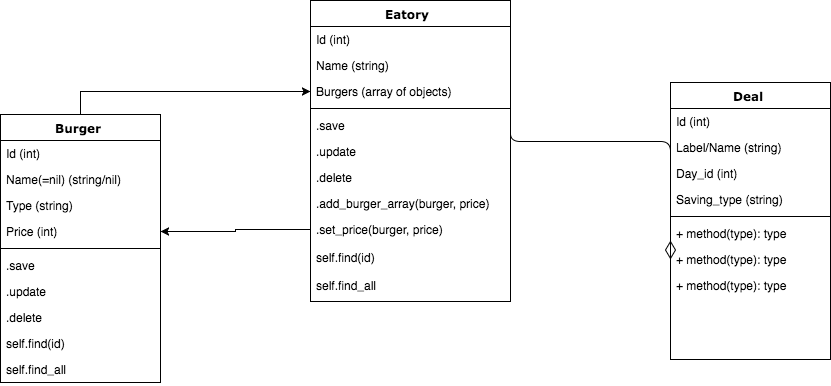
This is planning/class_diagram_burger_deals.png from dinhosang/cc_project_1_burger_deals, a draw.io export, as it was before one commit. Source tidied: cells renumbered, new cells last; positions are measured from the earlier drawing's top-left corner, leaving out a move shared by most shapes.
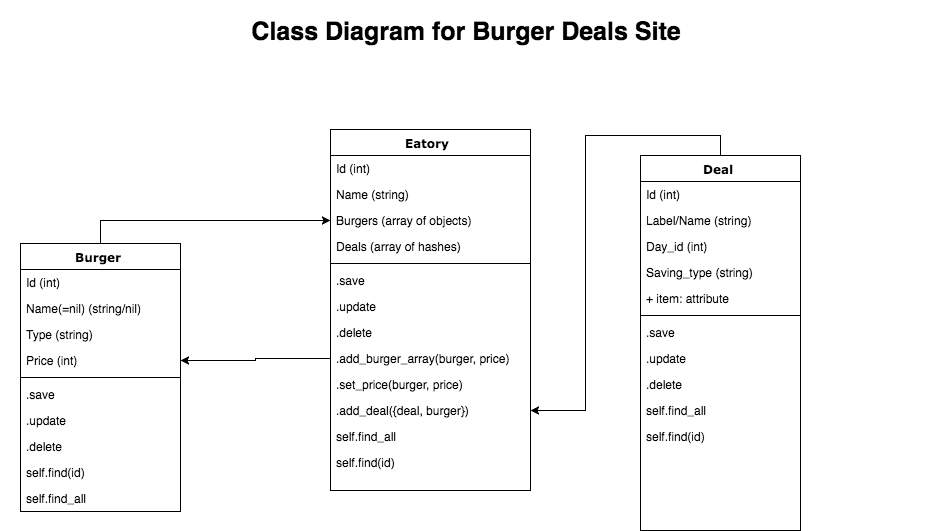
Later version of the same file.

Change to the diagram source:
```diff
@@ -3,7 +3,7 @@
     <mxCell id="0" />
     <mxCell id="1" parent="0" />
     <mxCell id="2" value="Eatory" style="swimlane;html=1;fontStyle=1;align=center;verticalAlign=top;horizontal=1;startSize=26;swimlaneFillColor=#ffffff;rounded=0;shadow=0;comic=0;labelBackgroundColor=none;strokeColor=#000000;strokeWidth=1;fillColor=none;fontFamily=Verdana;fontSize=12;fontColor=#000000;" parent="1" vertex="1">
-      <mxGeometry x="310" width="200" height="301" as="geometry" />
+      <mxGeometry x="310" width="200" height="361" as="geometry" />
     </mxCell>
     <mxCell id="3" value="Id (int)" style="text;html=1;strokeColor=none;fillColor=none;align=left;verticalAlign=top;spacingLeft=4;spacingRight=4;whiteSpace=wrap;overflow=hidden;" parent="2" vertex="1">
       <mxGeometry y="26" width="200" height="26" as="geometry" />
@@ -14,23 +14,41 @@
     <mxCell id="5" value="Burgers (array of objects)" style="text;html=1;strokeColor=none;fillColor=none;align=left;verticalAlign=top;spacingLeft=4;spacingRight=4;whiteSpace=wrap;overflow=hidden;points=[[0,0.5],[1,0.5]];portConstraint=eastwest;" parent="2" vertex="1">
       <mxGeometry y="78" width="200" height="26" as="geometry" />
     </mxCell>
+    <mxCell id="37" value="Deals (array of hashes)" style="text;strokeColor=none;fillColor=none;align=left;verticalAlign=top;spacingLeft=4;spacingRight=4;overflow=hidden;" parent="2" vertex="1">
+      <mxGeometry y="104" width="200" height="26" as="geometry" />
+    </mxCell>
     <mxCell id="6" style="line;html=1;strokeWidth=1;fillColor=none;align=left;verticalAlign=middle;spacingTop=-1;spacingLeft=3;spacingRight=3;labelPosition=right;" parent="2" vertex="1">
-      <mxGeometry y="104" width="200" height="8" as="geometry" />
+      <mxGeometry y="130" width="200" height="8" as="geometry" />
     </mxCell>
     <mxCell id="7" value=".save" style="text;html=1;strokeColor=none;fillColor=none;align=left;verticalAlign=top;spacingLeft=4;spacingRight=4;whiteSpace=wrap;overflow=hidden;points=[[0,0.5],[1,0.5]];portConstraint=eastwest;" parent="2" vertex="1">
-      <mxGeometry y="112" width="200" height="26" as="geometry" />
+      <mxGeometry y="138" width="200" height="26" as="geometry" />
     </mxCell>
     <mxCell id="8" value=".update" style="text;html=1;strokeColor=none;fillColor=none;align=left;verticalAlign=top;spacingLeft=4;spacingRight=4;whiteSpace=wrap;overflow=hidden;" parent="2" vertex="1">
-      <mxGeometry y="138" width="200" height="26" as="geometry" />
+      <mxGeometry y="164" width="200" height="26" as="geometry" />
     </mxCell>
     <mxCell id="9" value=".delete" style="text;html=1;strokeColor=none;fillColor=none;align=left;verticalAlign=top;spacingLeft=4;spacingRight=4;whiteSpace=wrap;overflow=hidden;" parent="2" vertex="1">
-      <mxGeometry y="164" width="200" height="26" as="geometry" />
+      <mxGeometry y="190" width="200" height="26" as="geometry" />
     </mxCell>
-    <mxCell id="10" value=".add_burger_array(burger, price)" style="text;html=1;strokeColor=none;fillColor=none;align=left;verticalAlign=top;spacingLeft=4;spacingRight=4;whiteSpace=wrap;overflow=hidden;" parent="2" vertex="1">
-      <mxGeometry y="190" width="200" height="26" as="geometry" />
-    </mxCell>
+    <mxCell id="34" value=".add_burger_array(burger, price)" style="text;html=1;strokeColor=none;fillColor=none;align=left;verticalAlign=top;spacingLeft=4;spacingRight=4;whiteSpace=wrap;overflow=hidden;points=[[0,0.5],[1,0.5]];portConstraint=eastwest;" parent="2" vertex="1">
+      <mxGeometry y="216" width="200" height="26" as="geometry" />
+    </mxCell>
+    <mxCell id="36" value=".set_price(burger, price)" style="text;html=1;strokeColor=none;fillColor=none;align=left;verticalAlign=top;spacingLeft=4;spacingRight=4;whiteSpace=wrap;overflow=hidden;" parent="2" vertex="1">
+      <mxGeometry y="242" width="200" height="26" as="geometry" />
+    </mxCell>
+    <mxCell id="38" value=".add_deal({deal, burger})" style="text;strokeColor=none;fillColor=none;align=left;verticalAlign=top;spacingLeft=4;spacingRight=4;overflow=hidden;points=[[0,0.5],[1,0.5]];portConstraint=eastwest;" parent="2" vertex="1">
+      <mxGeometry y="268" width="200" height="26" as="geometry" />
+    </mxCell>
+    <mxCell id="35" value="self.find_all" style="text;html=1;strokeColor=none;fillColor=none;align=left;verticalAlign=top;spacingLeft=4;spacingRight=4;whiteSpace=wrap;overflow=hidden;" parent="2" vertex="1">
+      <mxGeometry y="294" width="200" height="26" as="geometry" />
+    </mxCell>
+    <mxCell id="39" value="self.find(id)" style="text;strokeColor=none;fillColor=none;align=left;verticalAlign=top;spacingLeft=4;spacingRight=4;overflow=hidden;" parent="2" vertex="1">
+      <mxGeometry y="320" width="200" height="26" as="geometry" />
+    </mxCell>
+    <mxCell id="40" style="edgeStyle=orthogonalEdgeStyle;rounded=0;html=1;exitX=0.5;exitY=0;entryX=1;entryY=0.5;jettySize=auto;" parent="1" edge="1" source="11" target="38">
+      <mxGeometry relative="1" as="geometry" />
+    </mxCell>
     <mxCell id="11" value="Deal" style="swimlane;html=1;fontStyle=1;align=center;verticalAlign=top;horizontal=1;startSize=26;swimlaneFillColor=#ffffff;rounded=0;shadow=0;comic=0;labelBackgroundColor=none;strokeColor=#000000;strokeWidth=1;fillColor=none;fontFamily=Verdana;fontSize=12;fontColor=#000000;" parent="1" vertex="1">
-      <mxGeometry x="670" y="82" width="160" height="277" as="geometry" />
+      <mxGeometry x="620" y="26" width="160" height="375" as="geometry" />
     </mxCell>
     <mxCell id="12" value="Id (int)" style="text;html=1;strokeColor=none;fillColor=none;align=left;verticalAlign=top;spacingLeft=4;spacingRight=4;whiteSpace=wrap;overflow=hidden;" parent="11" vertex="1">
       <mxGeometry y="26" width="160" height="26" as="geometry" />
@@ -41,21 +59,30 @@
     <mxCell id="14" value="Day_id (int)" style="text;html=1;strokeColor=none;fillColor=none;align=left;verticalAlign=top;spacingLeft=4;spacingRight=4;whiteSpace=wrap;overflow=hidden;" parent="11" vertex="1">
       <mxGeometry y="78" width="160" height="26" as="geometry" />
     </mxCell>
-    <mxCell id="15" value="Saving_type (string)" style="text;html=1;strokeColor=none;fillColor=none;align=left;verticalAlign=top;spacingLeft=4;spacingRight=4;whiteSpace=wrap;overflow=hidden;" parent="11" vertex="1">
+    <mxCell id="15" value="Saving_type (string)&lt;div&gt;&lt;br&gt;&lt;/div&gt;" style="text;html=1;strokeColor=none;fillColor=none;align=left;verticalAlign=top;spacingLeft=4;spacingRight=4;whiteSpace=wrap;overflow=hidden;" parent="11" vertex="1">
       <mxGeometry y="104" width="160" height="26" as="geometry" />
     </mxCell>
+    <mxCell id="41" value="+ item: attribute" style="text;strokeColor=none;fillColor=none;align=left;verticalAlign=top;spacingLeft=4;spacingRight=4;overflow=hidden;" parent="11" vertex="1">
+      <mxGeometry y="130" width="160" height="26" as="geometry" />
+    </mxCell>
     <mxCell id="16" style="line;html=1;strokeWidth=1;fillColor=none;align=left;verticalAlign=middle;spacingTop=-1;spacingLeft=3;spacingRight=3;labelPosition=right;" parent="11" vertex="1">
-      <mxGeometry y="130" width="160" height="8" as="geometry" />
+      <mxGeometry y="156" width="160" height="8" as="geometry" />
     </mxCell>
-    <mxCell id="17" value="+ method(type): type" style="text;html=1;strokeColor=none;fillColor=none;align=left;verticalAlign=top;spacingLeft=4;spacingRight=4;whiteSpace=wrap;overflow=hidden;" parent="11" vertex="1">
-      <mxGeometry y="138" width="160" height="26" as="geometry" />
+    <mxCell id="17" value=".save" style="text;html=1;strokeColor=none;fillColor=none;align=left;verticalAlign=top;spacingLeft=4;spacingRight=4;whiteSpace=wrap;overflow=hidden;" parent="11" vertex="1">
+      <mxGeometry y="164" width="160" height="26" as="geometry" />
     </mxCell>
-    <mxCell id="18" value="+ method(type): type" style="text;html=1;strokeColor=none;fillColor=none;align=left;verticalAlign=top;spacingLeft=4;spacingRight=4;whiteSpace=wrap;overflow=hidden;points=[[0,0.5],[1,0.5]];portConstraint=eastwest;" parent="11" vertex="1">
-      <mxGeometry y="164" width="160" height="26" as="geometry" />
+    <mxCell id="18" value=".update" style="text;html=1;strokeColor=none;fillColor=none;align=left;verticalAlign=top;spacingLeft=4;spacingRight=4;whiteSpace=wrap;overflow=hidden;points=[[0,0.5],[1,0.5]];portConstraint=eastwest;" parent="11" vertex="1">
+      <mxGeometry y="190" width="160" height="26" as="geometry" />
     </mxCell>
-    <mxCell id="19" value="+ method(type): type" style="text;html=1;strokeColor=none;fillColor=none;align=left;verticalAlign=top;spacingLeft=4;spacingRight=4;whiteSpace=wrap;overflow=hidden;" parent="11" vertex="1">
-      <mxGeometry y="190" width="160" height="26" as="geometry" />
+    <mxCell id="19" value=".delete" style="text;html=1;strokeColor=none;fillColor=none;align=left;verticalAlign=top;spacingLeft=4;spacingRight=4;whiteSpace=wrap;overflow=hidden;" parent="11" vertex="1">
+      <mxGeometry y="216" width="160" height="26" as="geometry" />
     </mxCell>
+    <mxCell id="42" value="self.find_all" style="text;html=1;strokeColor=none;fillColor=none;align=left;verticalAlign=top;spacingLeft=4;spacingRight=4;whiteSpace=wrap;overflow=hidden;" parent="11" vertex="1">
+      <mxGeometry y="242" width="160" height="26" as="geometry" />
+    </mxCell>
+    <mxCell id="43" value="self.find(id)" style="text;html=1;strokeColor=none;fillColor=none;align=left;verticalAlign=top;spacingLeft=4;spacingRight=4;whiteSpace=wrap;overflow=hidden;" parent="11" vertex="1">
+      <mxGeometry y="268" width="160" height="26" as="geometry" />
+    </mxCell>
     <mxCell id="20" style="edgeStyle=orthogonalEdgeStyle;rounded=0;html=1;entryX=0;entryY=0.5;jettySize=auto;exitX=0.5;exitY=0;" parent="1" edge="1" source="21" target="5">
       <mxGeometry relative="1" as="geometry">
         <Array as="points">
@@ -98,24 +125,11 @@
     <mxCell id="31" value="self.find_all" style="text;html=1;strokeColor=none;fillColor=none;align=left;verticalAlign=top;spacingLeft=4;spacingRight=4;whiteSpace=wrap;overflow=hidden;" parent="21" vertex="1">
       <mxGeometry y="242" width="160" height="26" as="geometry" />
     </mxCell>
-    <mxCell id="32" style="edgeStyle=elbowEdgeStyle;html=1;labelBackgroundColor=none;startFill=0;startSize=8;endArrow=diamondThin;endFill=0;endSize=16;fontFamily=Verdana;fontSize=12;elbow=vertical;entryX=0;entryY=0.5;exitX=1;exitY=0.5;" parent="1" edge="1" source="7" target="18">
-      <mxGeometry relative="1" as="geometry">
-        <Array as="points">
-          <mxPoint x="530" y="141" />
-        </Array>
-      </mxGeometry>
-    </mxCell>
     <mxCell id="33" style="edgeStyle=orthogonalEdgeStyle;rounded=0;html=1;exitX=0;exitY=0.5;entryX=1;entryY=0.5;jettySize=auto;" parent="1" edge="1" source="34" target="25">
       <mxGeometry relative="1" as="geometry" />
     </mxCell>
-    <mxCell id="34" value=".set_price(burger, price)" style="text;html=1;strokeColor=none;fillColor=none;align=left;verticalAlign=top;spacingLeft=4;spacingRight=4;whiteSpace=wrap;overflow=hidden;points=[[0,0.5],[1,0.5]];portConstraint=eastwest;" parent="1" vertex="1">
-      <mxGeometry x="310" y="216" width="200" height="26" as="geometry" />
-    </mxCell>
-    <mxCell id="35" value="self.find(id)" style="text;html=1;strokeColor=none;fillColor=none;align=left;verticalAlign=top;spacingLeft=4;spacingRight=4;whiteSpace=wrap;overflow=hidden;" parent="1" vertex="1">
-      <mxGeometry x="310" y="244" width="200" height="26" as="geometry" />
-    </mxCell>
-    <mxCell id="36" value="self.find_all" style="text;html=1;strokeColor=none;fillColor=none;align=left;verticalAlign=top;spacingLeft=4;spacingRight=4;whiteSpace=wrap;overflow=hidden;" parent="1" vertex="1">
-      <mxGeometry x="310" y="272" width="200" height="26" as="geometry" />
-    </mxCell>
+    <mxCell id="44" value="&lt;font style=&quot;font-size: 25px&quot;&gt;&lt;b&gt;Class Diagram for Burger Deals Site&lt;/b&gt;&lt;/font&gt;" style="text;html=1;strokeColor=none;fillColor=none;align=center;verticalAlign=middle;whiteSpace=wrap;rounded=0;" parent="1" vertex="1">
+      <mxGeometry x="-20" y="-129" width="930" height="60" as="geometry" />
+    </mxCell>
   </root>
 </mxGraphModel>
```
